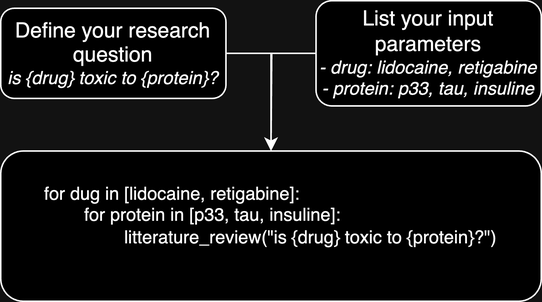
This is images/screening_literature_review.png from journeadrien/scholar2sql, a draw.io export, as it was before one commit. Source tidied: cells renumbered, new cells last; positions are measured from the earlier drawing's top-left corner, leaving out a move shared by most shapes. Its diagram source:
```xml
<mxGraphModel>
  <root>
    <mxCell id="0" />
    <mxCell id="1" parent="0" />
    <mxCell id="2" style="edgeStyle=orthogonalEdgeStyle;rounded=0;jettySize=auto;html=1;exitX=1;exitY=0.5;exitDx=0;exitDy=0;entryX=0.5;entryY=0;entryDx=0;entryDy=0;" parent="1" edge="1" source="3" target="6">
      <mxGeometry relative="1" as="geometry" />
    </mxCell>
    <mxCell id="3" value="&lt;font style=&quot;font-size: 14px;&quot;&gt;Define your research question&lt;/font&gt;&lt;div&gt;&lt;i&gt;is {drug} toxic to {protein}?&lt;/i&gt;&lt;/div&gt;" style="rounded=1;whiteSpace=wrap;html=1;gradientColor=none;fillColor=default;" parent="1" vertex="1">
      <mxGeometry y="5" width="150" height="60" as="geometry" />
    </mxCell>
    <mxCell id="4" style="edgeStyle=orthogonalEdgeStyle;rounded=0;jettySize=auto;html=1;exitX=0;exitY=0.5;exitDx=0;exitDy=0;" parent="1" edge="1" source="5">
      <mxGeometry relative="1" as="geometry">
        <mxPoint x="180" y="100" as="targetPoint" />
      </mxGeometry>
    </mxCell>
    <mxCell id="5" value="&lt;font style=&quot;font-size: 14px;&quot;&gt;List your input parameters&lt;/font&gt;&lt;div&gt;&lt;i&gt;- drug: lidocaine, retigabine&lt;/i&gt;&lt;/div&gt;&lt;div&gt;&lt;i&gt;- protein: p33, tau, insuline&lt;/i&gt;&lt;/div&gt;" style="rounded=1;whiteSpace=wrap;html=1;" parent="1" vertex="1">
      <mxGeometry x="210" width="150" height="70" as="geometry" />
    </mxCell>
    <mxCell id="6" value="&lt;div style=&quot;text-align: left;&quot;&gt;&lt;font style=&quot;font-size: 12px;&quot;&gt;&lt;span style=&quot;background-color: initial;&quot;&gt;for dug in [&lt;/span&gt;&lt;span style=&quot;background-color: initial;&quot;&gt;lidocaine, retigabine&lt;/span&gt;&lt;span style=&quot;background-color: initial;&quot;&gt;]:&lt;/span&gt;&lt;/font&gt;&lt;/div&gt;&lt;div style=&quot;text-align: left;&quot;&gt;&lt;font style=&quot;font-size: 12px;&quot;&gt;&lt;span style=&quot;white-space: pre;&quot;&gt;&#9;&lt;/span&gt;for protein in [&lt;span style=&quot;background-color: initial;&quot;&gt;p33, tau, insuline&lt;/span&gt;&lt;span style=&quot;background-color: initial;&quot;&gt;]:&lt;/span&gt;&lt;/font&gt;&lt;/div&gt;&lt;div style=&quot;text-align: left;&quot;&gt;&lt;font style=&quot;font-size: 12px;&quot;&gt;&lt;span style=&quot;background-color: initial;&quot;&gt;&lt;span style=&quot;white-space: pre;&quot;&gt;&#9;&lt;/span&gt;&lt;span style=&quot;white-space: pre;&quot;&gt;&#9;&lt;/span&gt;litterature_review(&quot;i&lt;/span&gt;&lt;span style=&quot;background-color: initial; text-align: center;&quot;&gt;s {drug} toxic to {protein}?&quot;&lt;/span&gt;&lt;span style=&quot;background-color: initial;&quot;&gt;)&lt;/span&gt;&lt;/font&gt;&lt;/div&gt;&lt;div style=&quot;text-align: left;&quot;&gt;&lt;span style=&quot;background-color: initial;&quot;&gt;&lt;br&gt;&lt;/span&gt;&lt;/div&gt;" style="rounded=1;whiteSpace=wrap;html=1;" parent="1" vertex="1">
      <mxGeometry y="100" width="360" height="100" as="geometry" />
    </mxCell>
  </root>
</mxGraphModel>
```
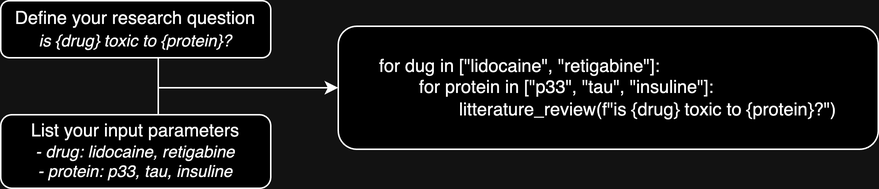
Later version of the same file.

What changed in the source:
```diff
@@ -2,22 +2,28 @@
   <root>
     <mxCell id="0" />
     <mxCell id="1" parent="0" />
-    <mxCell id="2" style="edgeStyle=orthogonalEdgeStyle;rounded=0;jettySize=auto;html=1;exitX=1;exitY=0.5;exitDx=0;exitDy=0;entryX=0.5;entryY=0;entryDx=0;entryDy=0;" parent="1" edge="1" source="3" target="6">
-      <mxGeometry relative="1" as="geometry" />
+    <mxCell id="2" style="rounded=0;jettySize=auto;html=1;exitX=0.5;exitY=1;exitDx=0;exitDy=0;entryX=0;entryY=0.5;entryDx=0;entryDy=0;edgeStyle=orthogonalEdgeStyle;" parent="1" edge="1" source="3" target="6">
+      <mxGeometry relative="1" as="geometry">
+        <Array as="points">
+          <mxPoint x="75" y="78" />
+        </Array>
+      </mxGeometry>
     </mxCell>
-    <mxCell id="3" value="&lt;font style=&quot;font-size: 14px;&quot;&gt;Define your research question&lt;/font&gt;&lt;div&gt;&lt;i&gt;is {drug} toxic to {protein}?&lt;/i&gt;&lt;/div&gt;" style="rounded=1;whiteSpace=wrap;html=1;gradientColor=none;fillColor=default;" parent="1" vertex="1">
-      <mxGeometry y="5" width="150" height="60" as="geometry" />
+    <mxCell id="3" value="&lt;font style=&quot;font-size: 12px;&quot;&gt;Define your research question&lt;/font&gt;&lt;div&gt;&lt;i&gt;&lt;font style=&quot;font-size: 11px;&quot;&gt;is {drug} toxic to {protein}?&lt;/font&gt;&lt;/i&gt;&lt;/div&gt;" style="rounded=1;whiteSpace=wrap;html=1;gradientColor=none;fillColor=default;" parent="1" vertex="1">
+      <mxGeometry x="-30" y="20" width="180" height="38" as="geometry" />
     </mxCell>
-    <mxCell id="4" style="edgeStyle=orthogonalEdgeStyle;rounded=0;jettySize=auto;html=1;exitX=0;exitY=0.5;exitDx=0;exitDy=0;" parent="1" edge="1" source="5">
-      <mxGeometry relative="1" as="geometry">
-        <mxPoint x="180" y="100" as="targetPoint" />
-      </mxGeometry>
-    </mxCell>
+    <mxCell id="7" style="rounded=0;jettySize=auto;html=1;exitX=0.5;exitY=0;exitDx=0;exitDy=0;entryX=0;entryY=0.5;entryDx=0;entryDy=0;edgeStyle=orthogonalEdgeStyle;" parent="1" edge="1" source="5" target="6">
+      <mxGeometry relative="1" as="geometry">
+        <Array as="points">
+          <mxPoint x="75" y="78" />
+        </Array>
+      </mxGeometry>
+    </mxCell>
-    <mxCell id="5" value="&lt;font style=&quot;font-size: 14px;&quot;&gt;List your input parameters&lt;/font&gt;&lt;div&gt;&lt;i&gt;- drug: lidocaine, retigabine&lt;/i&gt;&lt;/div&gt;&lt;div&gt;&lt;i&gt;- protein: p33, tau, insuline&lt;/i&gt;&lt;/div&gt;" style="rounded=1;whiteSpace=wrap;html=1;" parent="1" vertex="1">
-      <mxGeometry x="210" width="150" height="70" as="geometry" />
+    <mxCell id="5" value="&lt;font style=&quot;font-size: 12px;&quot;&gt;List your input parameters&lt;/font&gt;&lt;div style=&quot;font-size: 11px;&quot;&gt;&lt;i style=&quot;&quot;&gt;&lt;font style=&quot;font-size: 11px;&quot;&gt;- drug: lidocaine, retigabine&lt;/font&gt;&lt;/i&gt;&lt;/div&gt;&lt;div style=&quot;font-size: 11px;&quot;&gt;&lt;i style=&quot;&quot;&gt;&lt;font style=&quot;font-size: 11px;&quot;&gt;- protein: p33, tau, insuline&lt;/font&gt;&lt;/i&gt;&lt;/div&gt;" style="rounded=1;whiteSpace=wrap;html=1;" parent="1" vertex="1">
+      <mxGeometry x="-30" y="96" width="180" height="49" as="geometry" />
     </mxCell>
-    <mxCell id="6" value="&lt;div style=&quot;text-align: left;&quot;&gt;&lt;font style=&quot;font-size: 12px;&quot;&gt;&lt;span style=&quot;background-color: initial;&quot;&gt;for dug in [&lt;/span&gt;&lt;span style=&quot;background-color: initial;&quot;&gt;lidocaine, retigabine&lt;/span&gt;&lt;span style=&quot;background-color: initial;&quot;&gt;]:&lt;/span&gt;&lt;/font&gt;&lt;/div&gt;&lt;div style=&quot;text-align: left;&quot;&gt;&lt;font style=&quot;font-size: 12px;&quot;&gt;&lt;span style=&quot;white-space: pre;&quot;&gt;&#9;&lt;/span&gt;for protein in [&lt;span style=&quot;background-color: initial;&quot;&gt;p33, tau, insuline&lt;/span&gt;&lt;span style=&quot;background-color: initial;&quot;&gt;]:&lt;/span&gt;&lt;/font&gt;&lt;/div&gt;&lt;div style=&quot;text-align: left;&quot;&gt;&lt;font style=&quot;font-size: 12px;&quot;&gt;&lt;span style=&quot;background-color: initial;&quot;&gt;&lt;span style=&quot;white-space: pre;&quot;&gt;&#9;&lt;/span&gt;&lt;span style=&quot;white-space: pre;&quot;&gt;&#9;&lt;/span&gt;litterature_review(&quot;i&lt;/span&gt;&lt;span style=&quot;background-color: initial; text-align: center;&quot;&gt;s {drug} toxic to {protein}?&quot;&lt;/span&gt;&lt;span style=&quot;background-color: initial;&quot;&gt;)&lt;/span&gt;&lt;/font&gt;&lt;/div&gt;&lt;div style=&quot;text-align: left;&quot;&gt;&lt;span style=&quot;background-color: initial;&quot;&gt;&lt;br&gt;&lt;/span&gt;&lt;/div&gt;" style="rounded=1;whiteSpace=wrap;html=1;" parent="1" vertex="1">
-      <mxGeometry y="100" width="360" height="100" as="geometry" />
+    <mxCell id="6" value="&lt;div style=&quot;text-align: left;&quot;&gt;&lt;font style=&quot;font-size: 12px;&quot;&gt;&lt;span style=&quot;background-color: initial;&quot;&gt;for dug in [&quot;&lt;/span&gt;&lt;span style=&quot;background-color: initial;&quot;&gt;lidocaine&quot;, &quot;retigabine&quot;&lt;/span&gt;&lt;span style=&quot;background-color: initial;&quot;&gt;]:&lt;/span&gt;&lt;/font&gt;&lt;/div&gt;&lt;div style=&quot;text-align: left;&quot;&gt;&lt;font style=&quot;font-size: 12px;&quot;&gt;&lt;span style=&quot;white-space: pre;&quot;&gt;&#9;&lt;/span&gt;for protein in [&quot;&lt;span style=&quot;background-color: initial;&quot;&gt;p33&quot;, &quot;tau&quot;, &quot;insuline&quot;&lt;/span&gt;&lt;span style=&quot;background-color: initial;&quot;&gt;]:&lt;/span&gt;&lt;/font&gt;&lt;/div&gt;&lt;div style=&quot;text-align: left;&quot;&gt;&lt;font style=&quot;font-size: 12px;&quot;&gt;&lt;span style=&quot;background-color: initial;&quot;&gt;&lt;span style=&quot;white-space: pre;&quot;&gt;&#9;&lt;/span&gt;&lt;span style=&quot;white-space: pre;&quot;&gt;&#9;&lt;/span&gt;litterature_review(f&quot;i&lt;/span&gt;&lt;span style=&quot;background-color: initial; text-align: center;&quot;&gt;s {drug} toxic to {protein}?&quot;&lt;/span&gt;&lt;span style=&quot;background-color: initial;&quot;&gt;)&lt;/span&gt;&lt;/font&gt;&lt;/div&gt;" style="rounded=1;whiteSpace=wrap;html=1;rotation=0;" parent="1" vertex="1">
+      <mxGeometry x="195" y="37" width="360" height="82" as="geometry" />
     </mxCell>
   </root>
 </mxGraphModel>
```
